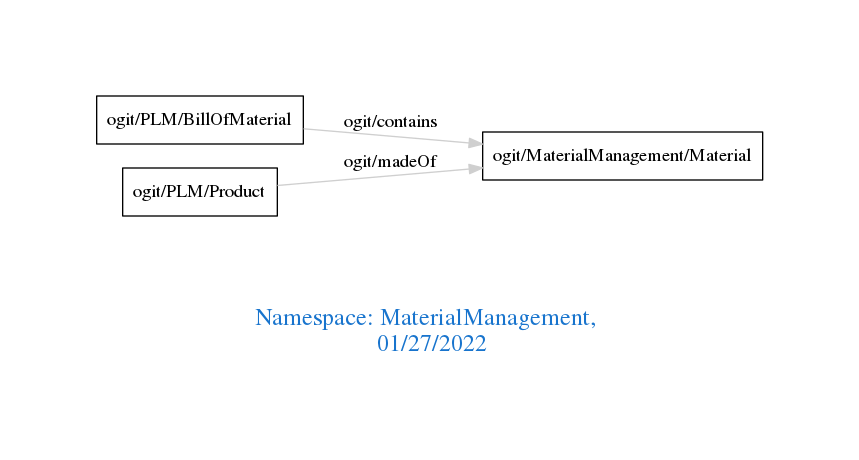
The Graphviz diagram downloads/MaterialManagement.png in arago/OGIT, before a commit. Its source is kept beside it as downloads/MaterialManagement.dot.
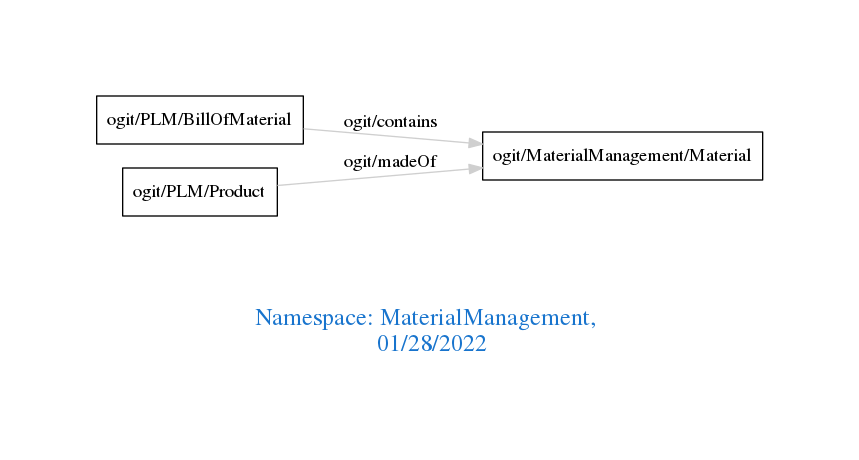
The same file after the commit.

The edit, as a diff of the source:
```diff
@@ -1,7 +1,7 @@
 digraph OGIT_ontology {
  graph [ rankdir= LR,pad=1
 fontsize = 18,
-fontcolor= dodgerblue3,label = "\n\n\nNamespace: MaterialManagement, \n 01/27/2022"];
+fontcolor= dodgerblue3,label = "\n\n\nNamespace: MaterialManagement, \n 01/28/2022"];
 node[shape=polygon];
 edge [  color="gray81"];
 
```
